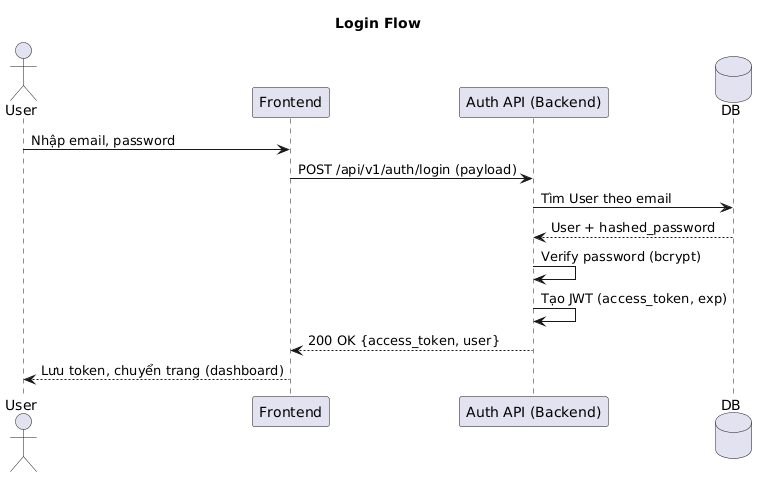
Above: Documentation/SequencesDiagram/Auth/login.png in duongnguyen291/StudySpace (PlantUML), before the change. Its diagram source:
```plantuml
@startuml
title Login Flow
actor User
participant Frontend
participant "Auth API (Backend)" as AuthAPI
database DB

User -> Frontend: Nhập email, password
Frontend -> AuthAPI: POST /api/v1/auth/login (payload)
AuthAPI -> DB: Tìm User theo email
DB --> AuthAPI: User + hashed_password
AuthAPI -> AuthAPI: Verify password (bcrypt)
AuthAPI -> AuthAPI: Tạo JWT (access_token, exp)
AuthAPI --> Frontend: 200 OK {access_token, user}
Frontend --> User: Lưu token, chuyển trang (dashboard)
@enduml
```
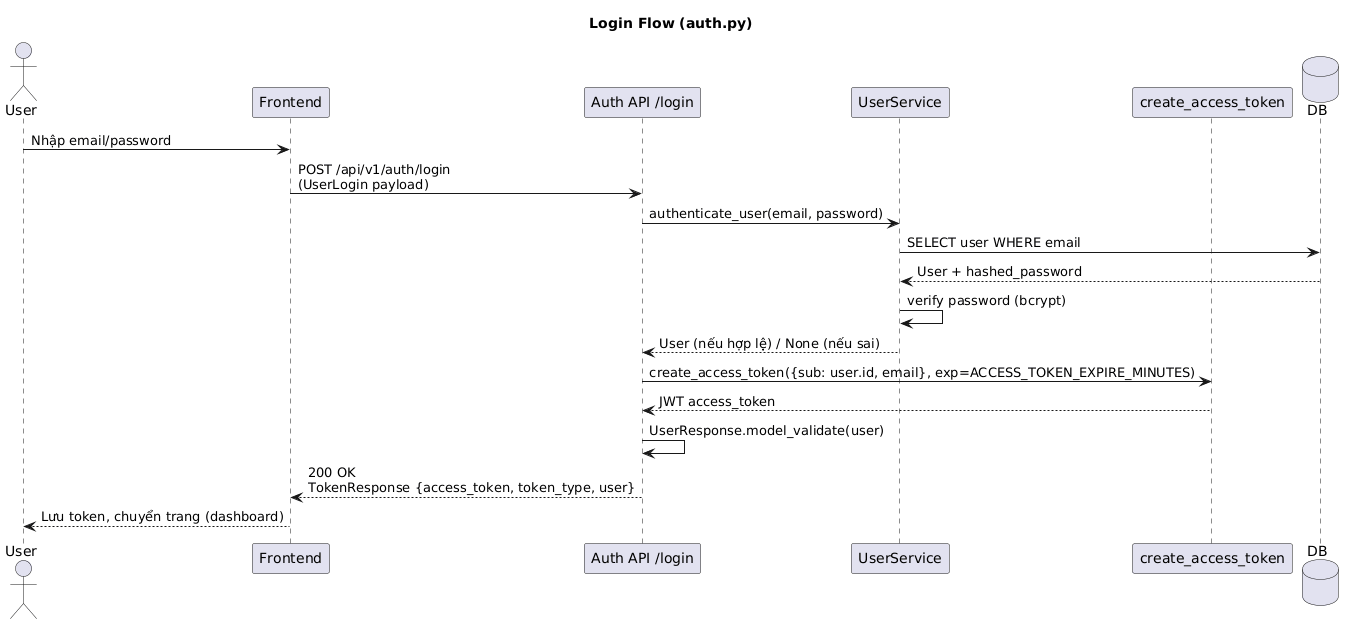
Above is the later version.

Commit message:
docs(auth): add sq of authencation feature

Diff of the diagram source:
```diff
@@ -1,16 +1,25 @@
 @startuml
-title Login Flow
+title Login Flow (auth.py)
+
 actor User
 participant Frontend
-participant "Auth API (Backend)" as AuthAPI
+participant "Auth API /login" as AuthAPI
+participant "UserService" as UserService
+participant "create_access_token" as Token
 database DB
 
-User -> Frontend: Nhập email, password
-Frontend -> AuthAPI: POST /api/v1/auth/login (payload)
-AuthAPI -> DB: Tìm User theo email
-DB --> AuthAPI: User + hashed_password
-AuthAPI -> AuthAPI: Verify password (bcrypt)
-AuthAPI -> AuthAPI: Tạo JWT (access_token, exp)
-AuthAPI --> Frontend: 200 OK {access_token, user}
+User -> Frontend: Nhập email/password
+Frontend -> AuthAPI: POST /api/v1/auth/login\n(UserLogin payload)
+AuthAPI -> UserService: authenticate_user(email, password)
+UserService -> DB: SELECT user WHERE email
+DB --> UserService: User + hashed_password
+UserService -> UserService: verify password (bcrypt)
+UserService --> AuthAPI: User (nếu hợp lệ) / None (nếu sai)
+
+AuthAPI -> Token: create_access_token({sub: user.id, email}, exp=ACCESS_TOKEN_EXPIRE_MINUTES)
+Token --> AuthAPI: JWT access_token
+AuthAPI -> AuthAPI: UserResponse.model_validate(user)
+
+AuthAPI --> Frontend: 200 OK\nTokenResponse {access_token, token_type, user}
 Frontend --> User: Lưu token, chuyển trang (dashboard)
 @enduml
```
